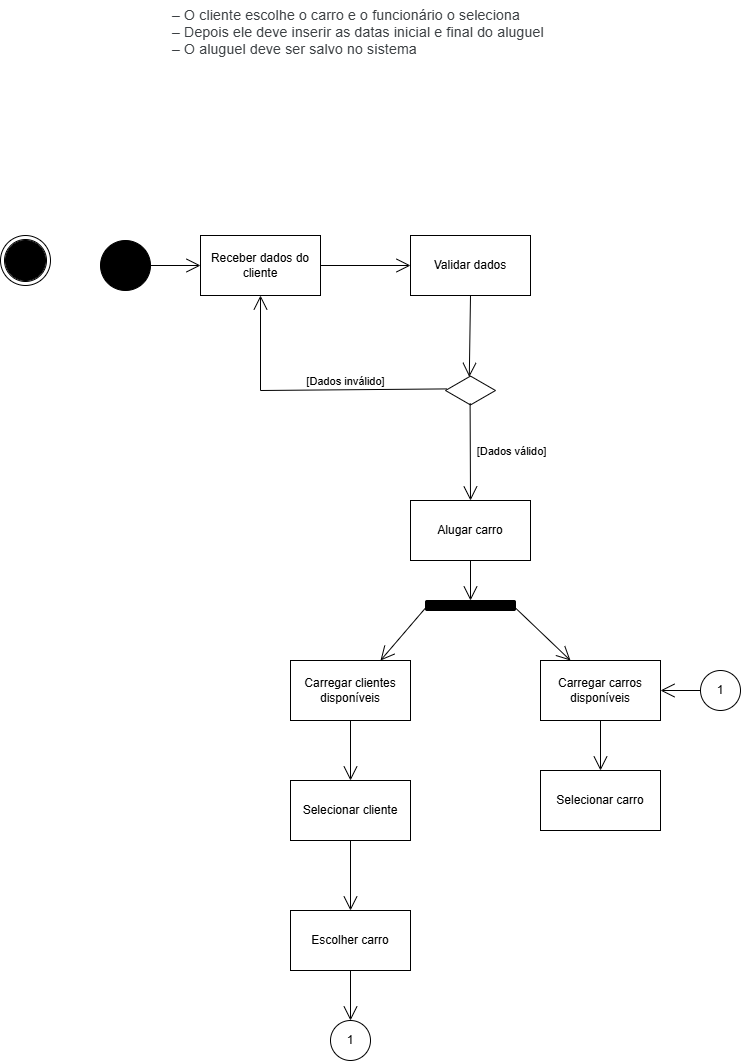
joao-marcos-azvd/Estudos-de-programacao keeps this draw.io diagram as APOO/diagrama_atividade/01_atividade/sistema_aluguel_carros.drawio.png. Above is the earlier version. Source tidied: cells renumbered, new cells last; positions are measured from the earlier drawing's top-left corner, leaving out a move shared by most shapes.
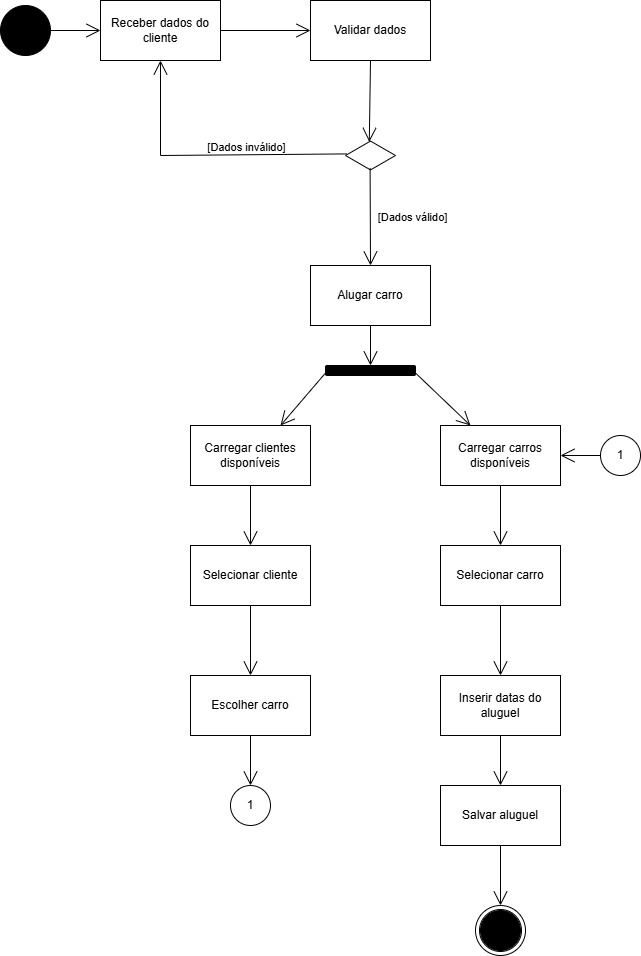
The same file after the commit.

What changed in the source:
```diff
@@ -3,10 +3,10 @@
     <mxCell id="0" />
     <mxCell id="1" parent="0" />
     <mxCell id="2" style="ellipse;shape=doubleEllipse;whiteSpace=wrap;html=1;" parent="1" vertex="1">
-      <mxGeometry y="235" width="50" height="50" as="geometry" />
+      <mxGeometry x="575" y="1140" width="50" height="50" as="geometry" />
     </mxCell>
     <mxCell id="3" style="ellipse;shape=doubleEllipse;whiteSpace=wrap;html=1;fillColor=#000000;" parent="1" vertex="1">
-      <mxGeometry x="5" y="240" width="40" height="40" as="geometry" />
+      <mxGeometry x="580" y="1145" width="40" height="40" as="geometry" />
     </mxCell>
     <mxCell id="4" style="ellipse;shape=doubleEllipse;whiteSpace=wrap;html=1;fillColor=#000000;" parent="1" vertex="1">
       <mxGeometry x="100" y="240" width="50" height="50" as="geometry" />
@@ -17,9 +17,6 @@
     <mxCell id="6" style="endArrow=open;endFill=1;endSize=12;html=1;rounded=0;exitX=1;exitY=0.5;exitDx=0;exitDy=0;entryX=0;entryY=0.5;entryDx=0;entryDy=0;" parent="1" edge="1" source="4" target="5">
       <mxGeometry relative="1" as="geometry" />
     </mxCell>
-    <mxCell id="7" value="&lt;span style=&quot;color: rgb(60, 64, 67); font-family: Roboto, Arial, sans-serif; font-size: 14px; font-style: normal; font-variant-ligatures: normal; font-variant-caps: normal; font-weight: 400; letter-spacing: 0.2px; orphans: 2; text-align: start; text-indent: 0px; text-transform: none; widows: 2; word-spacing: 0px; -webkit-text-stroke-width: 0px; white-space: normal; text-decoration-thickness: initial; text-decoration-style: initial; text-decoration-color: initial; display: inline !important; float: none;&quot;&gt;– O cliente escolhe o carro e o funcionário o seleciona&amp;nbsp;&lt;/span&gt;&lt;br style=&quot;-webkit-tap-highlight-color: transparent; color: rgb(60, 64, 67); font-family: Roboto, Arial, sans-serif; font-size: 14px; font-style: normal; font-variant-ligatures: normal; font-variant-caps: normal; font-weight: 400; letter-spacing: 0.2px; orphans: 2; text-align: start; text-indent: 0px; text-transform: none; widows: 2; word-spacing: 0px; -webkit-text-stroke-width: 0px; white-space: normal; text-decoration-thickness: initial; text-decoration-style: initial; text-decoration-color: initial;&quot;&gt;&lt;span style=&quot;color: rgb(60, 64, 67); font-family: Roboto, Arial, sans-serif; font-size: 14px; font-style: normal; font-variant-ligatures: normal; font-variant-caps: normal; font-weight: 400; letter-spacing: 0.2px; orphans: 2; text-align: start; text-indent: 0px; text-transform: none; widows: 2; word-spacing: 0px; -webkit-text-stroke-width: 0px; white-space: normal; text-decoration-thickness: initial; text-decoration-style: initial; text-decoration-color: initial; display: inline !important; float: none;&quot;&gt;– Depois ele deve inserir as datas inicial e final do aluguel&amp;nbsp;&lt;/span&gt;&lt;br style=&quot;-webkit-tap-highlight-color: transparent; color: rgb(60, 64, 67); font-family: Roboto, Arial, sans-serif; font-size: 14px; font-style: normal; font-variant-ligatures: normal; font-variant-caps: normal; font-weight: 400; letter-spacing: 0.2px; orphans: 2; text-align: start; text-indent: 0px; text-transform: none; widows: 2; word-spacing: 0px; -webkit-text-stroke-width: 0px; white-space: normal; text-decoration-thickness: initial; text-decoration-style: initial; text-decoration-color: initial;&quot;&gt;&lt;span style=&quot;color: rgb(60, 64, 67); font-family: Roboto, Arial, sans-serif; font-size: 14px; font-style: normal; font-variant-ligatures: normal; font-variant-caps: normal; font-weight: 400; letter-spacing: 0.2px; orphans: 2; text-align: start; text-indent: 0px; text-transform: none; widows: 2; word-spacing: 0px; -webkit-text-stroke-width: 0px; white-space: normal; text-decoration-thickness: initial; text-decoration-style: initial; text-decoration-color: initial; display: inline !important; float: none;&quot;&gt;– O aluguel deve ser salvo no sistema&lt;/span&gt;" style="text;whiteSpace=wrap;html=1;" parent="1" vertex="1">
-      <mxGeometry x="170" width="410" height="140" as="geometry" />
-    </mxCell>
     <mxCell id="8" value="Validar dados" style="rounded=0;whiteSpace=wrap;html=1;" parent="1" vertex="1">
       <mxGeometry x="410" y="235" width="120" height="60" as="geometry" />
     </mxCell>
@@ -96,10 +93,25 @@
       <mxGeometry relative="1" as="geometry" />
     </mxCell>
     <mxCell id="31" value="Selecionar carro" style="rounded=0;whiteSpace=wrap;html=1;" parent="1" vertex="1">
-      <mxGeometry x="540" y="770" width="120" height="60" as="geometry" />
+      <mxGeometry x="540" y="780" width="120" height="60" as="geometry" />
     </mxCell>
     <mxCell id="32" style="endArrow=open;endFill=1;endSize=12;html=1;rounded=0;entryX=0.5;entryY=0;entryDx=0;entryDy=0;exitX=0.5;exitY=1;exitDx=0;exitDy=0;" parent="1" edge="1" source="18" target="31">
       <mxGeometry relative="1" as="geometry" />
     </mxCell>
+    <mxCell id="33" value="Inserir datas do aluguel" style="rounded=0;whiteSpace=wrap;html=1;" parent="1" vertex="1">
+      <mxGeometry x="540" y="910" width="120" height="60" as="geometry" />
+    </mxCell>
+    <mxCell id="34" style="endArrow=open;endFill=1;endSize=12;html=1;rounded=0;entryX=0.5;entryY=0;entryDx=0;entryDy=0;exitX=0.5;exitY=1;exitDx=0;exitDy=0;" parent="1" edge="1" source="31" target="33">
+      <mxGeometry relative="1" as="geometry" />
+    </mxCell>
+    <mxCell id="35" value="Salvar aluguel" style="rounded=0;whiteSpace=wrap;html=1;" parent="1" vertex="1">
+      <mxGeometry x="540" y="1020" width="120" height="60" as="geometry" />
+    </mxCell>
+    <mxCell id="36" style="endArrow=open;endFill=1;endSize=12;html=1;rounded=0;entryX=0.5;entryY=0;entryDx=0;entryDy=0;exitX=0.5;exitY=1;exitDx=0;exitDy=0;" parent="1" edge="1" source="33" target="35">
+      <mxGeometry relative="1" as="geometry" />
+    </mxCell>
+    <mxCell id="37" style="endArrow=open;endFill=1;endSize=12;html=1;rounded=0;entryX=0.5;entryY=0;entryDx=0;entryDy=0;exitX=0.5;exitY=1;exitDx=0;exitDy=0;" parent="1" edge="1" source="35" target="2">
+      <mxGeometry relative="1" as="geometry" />
+    </mxCell>
   </root>
 </mxGraphModel>
```
